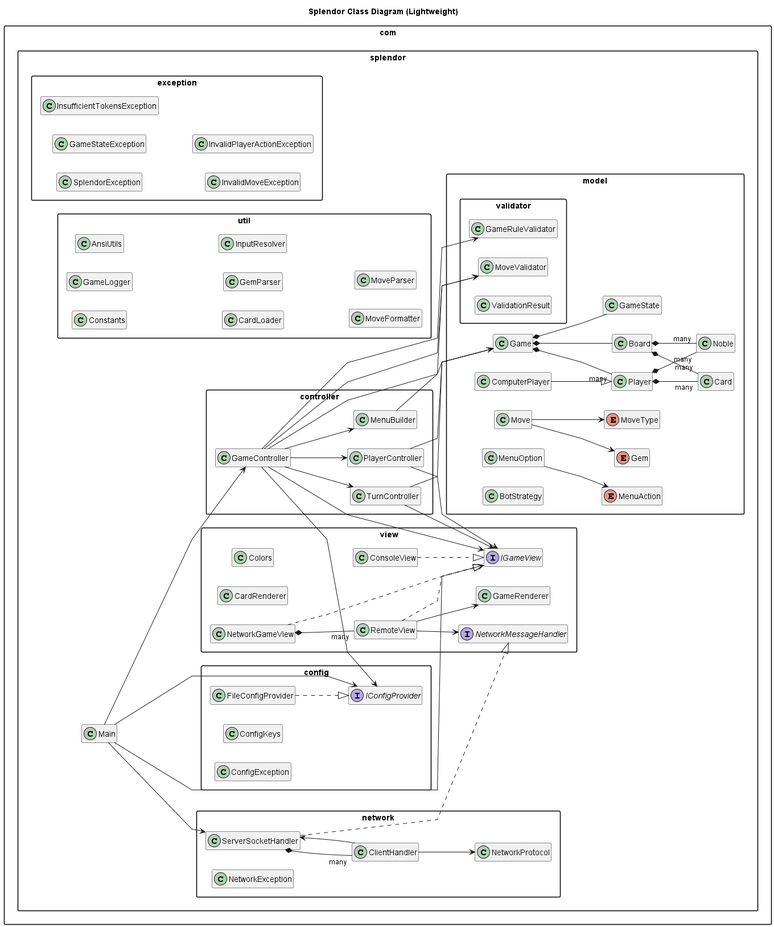
bryanseah234/playsplendor keeps this PlantUML diagram as out/splendor-class-light/splendor_class_light.png. Above is the earlier version. Its diagram source:
```plantuml
@startuml splendor_class_light

title Splendor Class Diagram (Lightweight)

left to right direction
skinparam classAttributeIconSize 0
skinparam shadowing false
skinparam linetype polyline
skinparam packageStyle rectangle
skinparam monochrome false
hide empty members

package "com.splendor" {
  class Main
}

package "com.splendor.config" {
  interface IConfigProvider
  class FileConfigProvider
  class ConfigKeys
  class ConfigException
}

package "com.splendor.exception" {
  class SplendorException
  class GameStateException
  class InsufficientTokensException
  class InvalidMoveException
  class InvalidPlayerActionException
}

package "com.splendor.controller" {
  class GameController
  class TurnController
  class PlayerController
  class MenuBuilder
}

package "com.splendor.model" {
  class Game
  class Board
  class Player
  class ComputerPlayer
  class Card
  class Noble
  class Move
  class GameState
  enum Gem
  enum MoveType
  enum MenuAction
  class MenuOption
  class BotStrategy
}

package "com.splendor.model.validator" {
  class MoveValidator
  class GameRuleValidator
  class ValidationResult
}

package "com.splendor.view" {
  interface IGameView
  class Colors
  class CardRenderer
  class ConsoleView
  class NetworkGameView
  class RemoteView
  interface NetworkMessageHandler
  class GameRenderer
}

package "com.splendor.network" {
  class ServerSocketHandler
  class ClientHandler
  class NetworkProtocol
  class NetworkException
}

package "com.splendor.util" {
  class Constants
  class GameLogger
  class AnsiUtils
  class CardLoader
  class GemParser
  class InputResolver
  class MoveFormatter
  class MoveParser
}

FileConfigProvider ..|> IConfigProvider
ComputerPlayer --|> Player
ConsoleView ..|> IGameView
NetworkGameView ..|> IGameView
RemoteView ..|> IGameView
ServerSocketHandler ..|> NetworkMessageHandler

Game *-- Board
Game *-- "many" Player
Game *-- GameState
Board *-- "many" Card
Board *-- "many" Noble
Player *-- "many" Card
Player *-- "many" Noble
Move --> MoveType
Move --> Gem
MenuOption --> MenuAction

GameController --> IGameView
GameController --> IConfigProvider
GameController --> Game
GameController --> MoveValidator
GameController --> GameRuleValidator
GameController --> TurnController
GameController --> PlayerController
GameController --> MenuBuilder

TurnController --> Game
TurnController --> IGameView
PlayerController --> Game
PlayerController --> IGameView
MenuBuilder --> MoveValidator

NetworkGameView *-- "many" RemoteView
RemoteView --> GameRenderer
RemoteView --> NetworkMessageHandler

Main --> GameController
Main --> IConfigProvider
Main --> IGameView
Main --> ServerSocketHandler

ServerSocketHandler *-- "many" ClientHandler
ClientHandler --> ServerSocketHandler
ClientHandler --> NetworkProtocol

@enduml
```
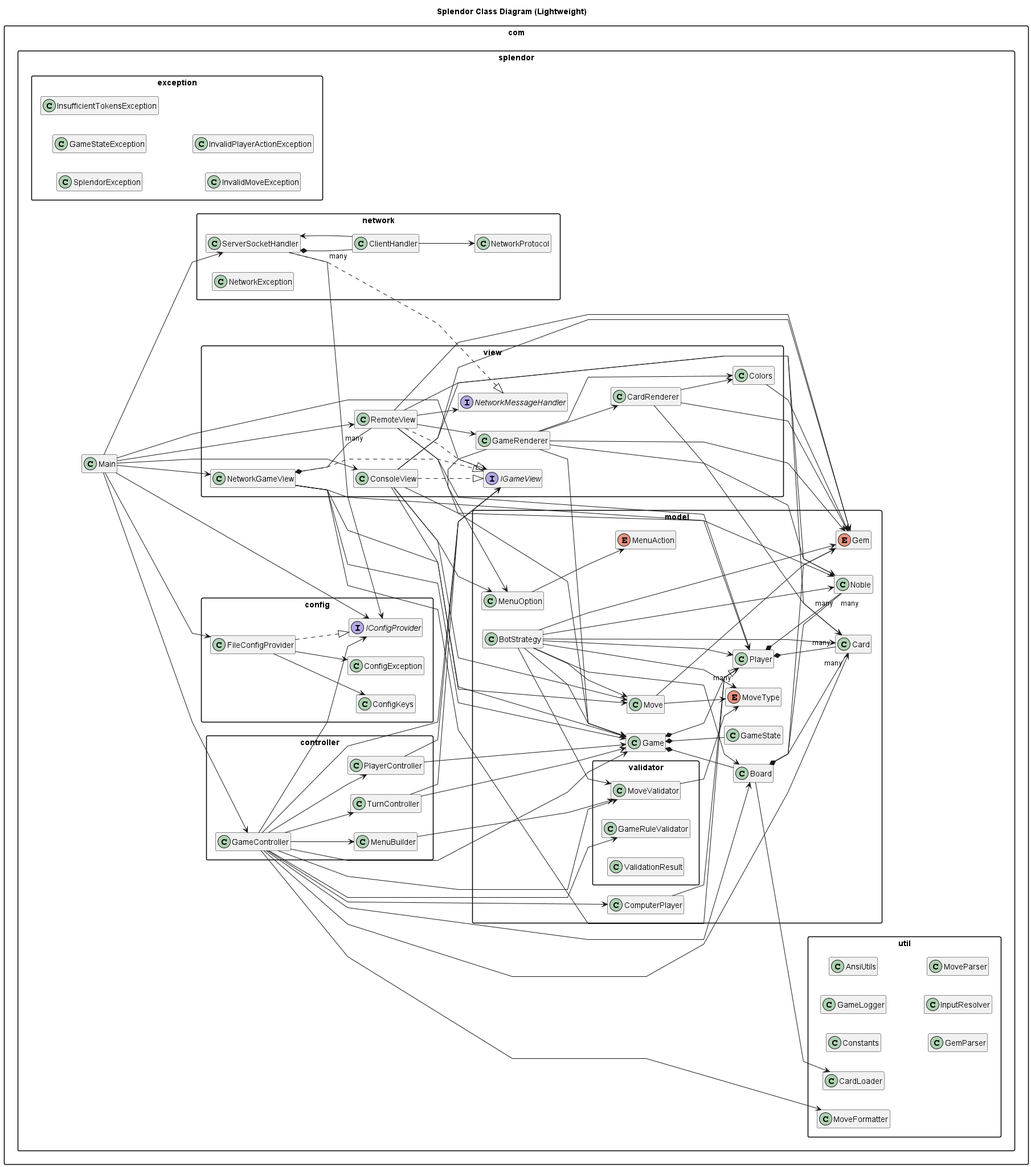
The same diagram one commit later.

Change to the diagram source:
```diff
@@ -88,6 +88,8 @@
 }
 
 FileConfigProvider ..|> IConfigProvider
+FileConfigProvider --> ConfigKeys
+FileConfigProvider --> ConfigException
 ComputerPlayer --|> Player
 ConsoleView ..|> IGameView
 NetworkGameView ..|> IGameView
@@ -104,6 +106,16 @@
 Move --> MoveType
 Move --> Gem
 MenuOption --> MenuAction
+Board --> Gem
+BotStrategy --> Player
+BotStrategy --> Game
+BotStrategy --> Board
+BotStrategy --> Move
+BotStrategy --> Gem
+BotStrategy --> Card
+BotStrategy --> MoveType
+BotStrategy --> Noble
+BotStrategy --> MoveValidator
 
 GameController --> IGameView
 GameController --> IConfigProvider
@@ -113,21 +125,56 @@
 GameController --> TurnController
 GameController --> PlayerController
 GameController --> MenuBuilder
+GameController --> Board
+GameController --> Card
+GameController --> ComputerPlayer
+GameController --> MoveFormatter
 
 TurnController --> Game
 TurnController --> IGameView
 PlayerController --> Game
 PlayerController --> IGameView
 MenuBuilder --> MoveValidator
+MoveValidator --> MoveType
 
 NetworkGameView *-- "many" RemoteView
+NetworkGameView --> Game
+NetworkGameView --> Player
+NetworkGameView --> Move
+NetworkGameView --> Noble
 RemoteView --> GameRenderer
 RemoteView --> NetworkMessageHandler
+RemoteView --> Game
+RemoteView --> Player
+RemoteView --> Gem
+RemoteView --> Card
+ConsoleView --> Game
+ConsoleView --> Player
+ConsoleView --> Move
+ConsoleView --> Noble
+ConsoleView --> Gem
+ConsoleView --> MenuOption
+GameRenderer --> Game
+GameRenderer --> Noble
+GameRenderer --> Gem
+GameRenderer --> CardRenderer
+GameRenderer --> Colors
+GameRenderer --> MenuOption
+Colors --> Gem
+CardRenderer --> Card
+CardRenderer --> Gem
+CardRenderer --> Colors
+ServerSocketHandler --> IConfigProvider
 
 Main --> GameController
 Main --> IConfigProvider
 Main --> IGameView
 Main --> ServerSocketHandler
+Main --> ConsoleView
+Main --> FileConfigProvider
+Main --> NetworkGameView
+Main --> RemoteView
+Board --> CardLoader
 
 ServerSocketHandler *-- "many" ClientHandler
 ClientHandler --> ServerSocketHandler
```
